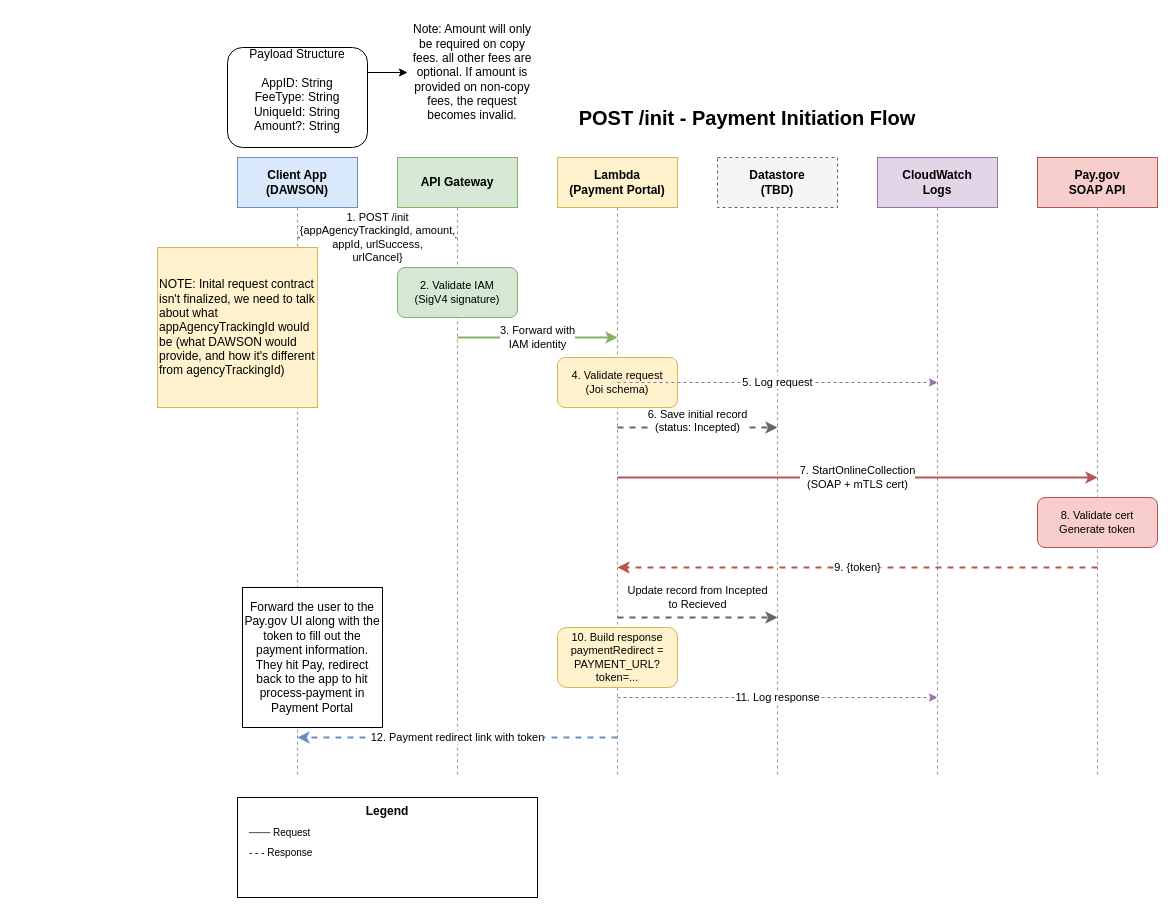
Before: docs/diagrams/init-payment-flow.drawio in ustaxcourt/ustc-payment-portal, a draw.io diagram. Source tidied: cells renumbered, new cells numbered last; positions are measured from the earlier drawing's top-left corner, leaving out a move shared by most shapes. Both pictures are drawn from the tidied source at 100%, with x=0, y=0 at pixel (157, 17).
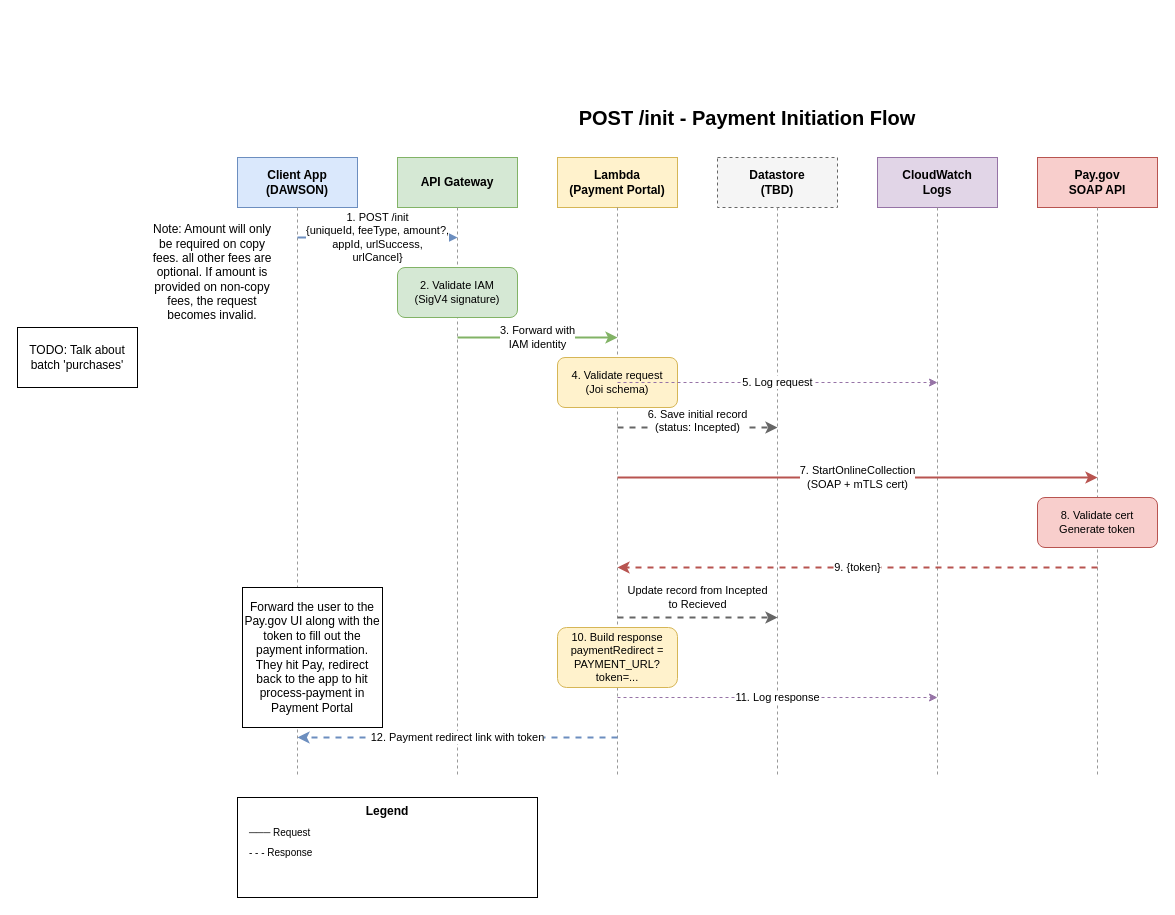
Above is the later version.

Change to the diagram source:
```diff
@@
-    <mxCell id="15" value="1. POST /init&lt;br&gt;{appAgencyTrackingId, amount,&lt;br&gt;appId, urlSuccess,&lt;br&gt;urlCancel}" style="edgeStyle=orthogonalEdgeStyle;rounded=0;orthogonalLoop=1;jettySize=auto;html=1;strokeWidth=2;fillColor=#dae8fc;strokeColor=#6c8ebf;" parent="1" edge="1">
+    <mxCell id="15" value="1. POST /init&lt;br&gt;{uniqueId, feeType, amount?,&lt;br&gt;appId, urlSuccess,&lt;br&gt;urlCancel}" style="edgeStyle=orthogonalEdgeStyle;rounded=0;orthogonalLoop=1;jettySize=auto;html=1;strokeWidth=2;fillColor=#dae8fc;strokeColor=#6c8ebf;" parent="1" edge="1">
       <mxGeometry relative="1" as="geometry">
         <mxPoint x="140" y="220" as="sourcePoint" />
         <mxPoint x="300" y="220" as="targetPoint" />
       </mxGeometry>
     </mxCell>
@@
-    <mxCell id="32" value="NOTE: Inital request contract isn't finalized, we need to talk about what appAgencyTrackingId would be (what DAWSON would provide, and how it's different from agencyTrackingId)" style="whiteSpace=wrap;html=1;fillColor=#fff2cc;strokeColor=#d6b656;align=left;" parent="1" vertex="1">
-      <mxGeometry y="230" width="160" height="160" as="geometry" />
-    </mxCell>
-    <mxCell id="33" style="edgeStyle=none;html=1;exitX=1;exitY=0.25;exitDx=0;exitDy=0;entryX=0;entryY=0.5;entryDx=0;entryDy=0;" parent="1" edge="1" source="34" target="35">
-      <mxGeometry relative="1" as="geometry" />
-    </mxCell>
-    <mxCell id="34" value="Payload Structure&lt;br&gt;&lt;div&gt;&lt;font style=&quot;color: rgb(0, 0, 0);&quot;&gt;&lt;br&gt;&lt;/font&gt;&lt;/div&gt;&lt;div&gt;&lt;font style=&quot;color: rgb(0, 0, 0);&quot;&gt;AppID: String&lt;/font&gt;&lt;div&gt;&lt;font style=&quot;color: rgb(0, 0, 0);&quot;&gt;FeeType: String&lt;/font&gt;&lt;/div&gt;&lt;div&gt;&lt;font style=&quot;color: rgb(0, 0, 0);&quot;&gt;UniqueId: String&lt;/font&gt;&lt;/div&gt;&lt;div&gt;&lt;font style=&quot;color: rgb(0, 0, 0);&quot;&gt;Amount?: String&lt;/font&gt;&lt;/div&gt;&lt;div&gt;&lt;br&gt;&lt;/div&gt;&lt;/div&gt;" style="rounded=1;whiteSpace=wrap;html=1;align=center;" parent="1" vertex="1">
-      <mxGeometry x="70" y="30" width="140" height="100" as="geometry" />
-    </mxCell>
     <mxCell id="35" value="Note: Amount will only be required on copy fees. all other fees are optional. If amount is provided on non-copy fees, the request becomes invalid." style="text;html=1;align=center;verticalAlign=middle;whiteSpace=wrap;rounded=0;" parent="1" vertex="1">
-      <mxGeometry x="250" width="130" height="110" as="geometry" />
+      <mxGeometry x="-10" y="200" width="130" height="110" as="geometry" />
     </mxCell>
+    <mxCell id="36" value="TODO: Talk about batch 'purchases'" style="rounded=0;whiteSpace=wrap;html=1;" parent="1" vertex="1">
+      <mxGeometry x="-140" y="310" width="120" height="60" as="geometry" />
+    </mxCell>
```
